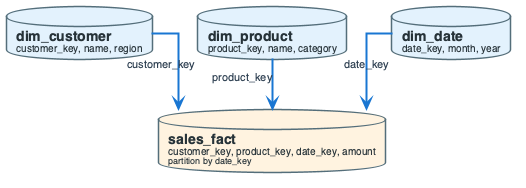
The PlantUML diagram diagrams/week05/week5_star_schema.png in OrPerets/data-engineering-course, before a commit. Its diagram source:
```plantuml
@startuml

top to bottom direction
skinparam linetype ortho
skinparam shadowing false
skinparam roundcorner 8
skinparam handwritten false
skinparam nodesep 45
skinparam ranksep 50

skinparam defaultFontName "Segoe UI, Helvetica, sans-serif"
skinparam defaultFontSize 16
skinparam defaultFontColor #2C3E50

skinparam rectangle {
    BackgroundColor #F8F9FA
    BorderColor #90A4AE
    BorderThickness 2
    FontSize 14
    Padding 16
}
skinparam database {
    BackgroundColor #ECEFF1
    BorderColor #546E7A
    BorderThickness 1.5
    FontSize 14
    FontColor #263238
}
skinparam arrow {
    Color #607D8B
    Thickness 2.5
    FontSize 12
}

database "**dim_customer**\n<size:10>customer_key, name, region</size>" as DIM_C #E3F2FD

database "**dim_product**\n<size:10>product_key, name, category</size>" as DIM_P #E3F2FD

database "**dim_date**\n<size:10>date_key, month, year</size>" as DIM_D #E3F2FD

database "**sales_fact**\n<size:10>customer_key, product_key, date_key, amount</size>\n<size:9>partition by date_key</size>" as FACT #FFF3E0

DIM_C -down[#1976D2,thickness=2]-> FACT : <size:11>customer_key</size>
DIM_P -down[#1976D2,thickness=2]-> FACT : <size:11>product_key</size>
DIM_D -down[#1976D2,thickness=2]-> FACT : <size:11>date_key</size>

@enduml
```
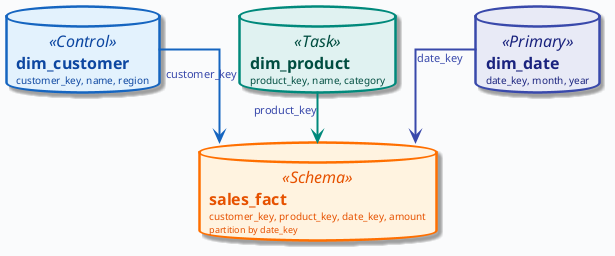
Later version of the same file.

Change to the diagram source:
```diff
@@ -1,47 +1,19 @@
 @startuml
 
+!include ../_template_styles.puml
+
 top to bottom direction
-skinparam linetype ortho
-skinparam shadowing false
-skinparam roundcorner 8
-skinparam handwritten false
-skinparam nodesep 45
-skinparam ranksep 50
 
-skinparam defaultFontName "Segoe UI, Helvetica, sans-serif"
-skinparam defaultFontSize 16
-skinparam defaultFontColor #2C3E50
+database "**dim_customer**\n<size:10>customer_key, name, region</size>" as DIM_C <<Control>>
 
-skinparam rectangle {
-    BackgroundColor #F8F9FA
-    BorderColor #90A4AE
-    BorderThickness 2
-    FontSize 14
-    Padding 16
-}
-skinparam database {
-    BackgroundColor #ECEFF1
-    BorderColor #546E7A
-    BorderThickness 1.5
-    FontSize 14
-    FontColor #263238
-}
-skinparam arrow {
-    Color #607D8B
-    Thickness 2.5
-    FontSize 12
-}
+database "**dim_product**\n<size:10>product_key, name, category</size>" as DIM_P <<Task>>
 
-database "**dim_customer**\n<size:10>customer_key, name, region</size>" as DIM_C #E3F2FD
+database "**dim_date**\n<size:10>date_key, month, year</size>" as DIM_D <<Primary>>
 
-database "**dim_product**\n<size:10>product_key, name, category</size>" as DIM_P #E3F2FD
+database "**sales_fact**\n<size:10>customer_key, product_key, date_key, amount</size>\n<size:9>partition by date_key</size>" as FACT <<Schema>>
 
-database "**dim_date**\n<size:10>date_key, month, year</size>" as DIM_D #E3F2FD
-
-database "**sales_fact**\n<size:10>customer_key, product_key, date_key, amount</size>\n<size:9>partition by date_key</size>" as FACT #FFF3E0
-
-DIM_C -down[#1976D2,thickness=2]-> FACT : <size:11>customer_key</size>
-DIM_P -down[#1976D2,thickness=2]-> FACT : <size:11>product_key</size>
-DIM_D -down[#1976D2,thickness=2]-> FACT : <size:11>date_key</size>
+DIM_C -down[#1565C0,thickness=2]-> FACT : <size:11>customer_key</size>
+DIM_P -down[#00897B,thickness=2]-> FACT : <size:11>product_key</size>
+DIM_D -down[#3949AB,thickness=2]-> FACT : <size:11>date_key</size>
 
 @enduml
```
